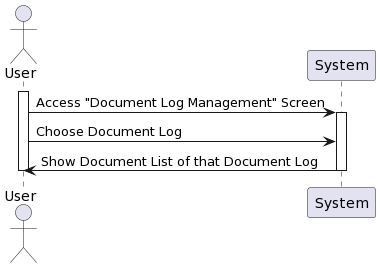
Before: Lab1/Lab1.2/SequenceDiagram/DocumentLog/ViewDocumentsinDocumentLog/ViewDocumentsinDocumentLog_SequenceDiagram.png, a diagram exported from PlantUML (khoapham1003/SE357-Pratice-class).
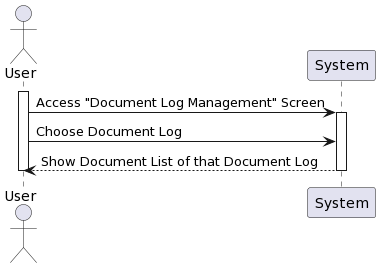
The same diagram one commit later.

The edit, as a diff of the source:
```diff
@@ -6,7 +6,7 @@
 User -> System: Access "Document Log Management" Screen
 activate System
 User -> System: Choose Document Log
-System -> User : Show Document List of that Document Log
+System --> User : Show Document List of that Document Log
 
 deactivate System
 deactivate User
```
